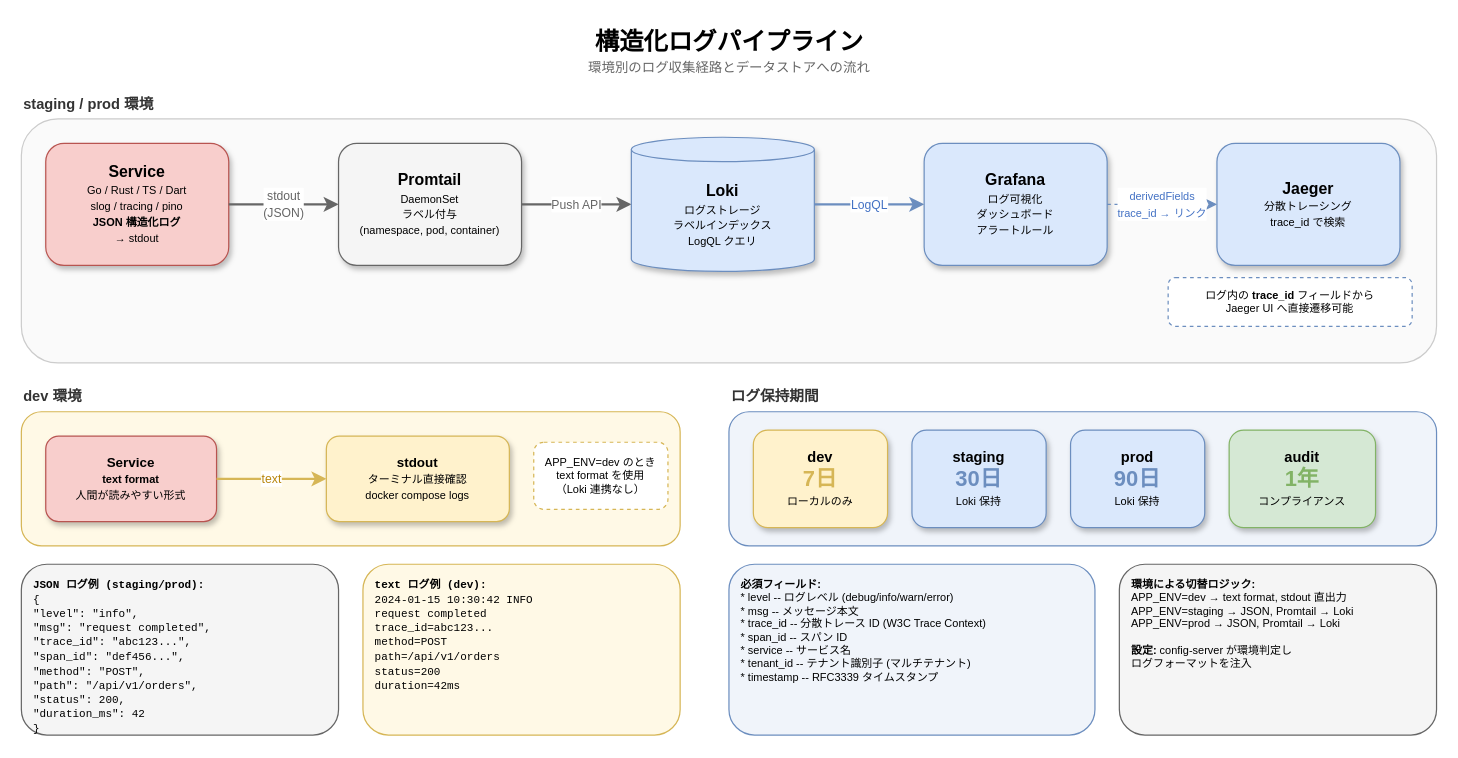
This is docs/architecture/observability/images/structured-logging-pipeline.drawio from RyuheiKiso/k1s0, a draw.io file, before an edit. Source tidied: cells renumbered, new cells numbered last; positions are measured from the earlier drawing's top-left corner, leaving out a move shared by most shapes. Both pictures are drawn from the tidied source at 122%, with x=0, y=0 at pixel (21, 21).
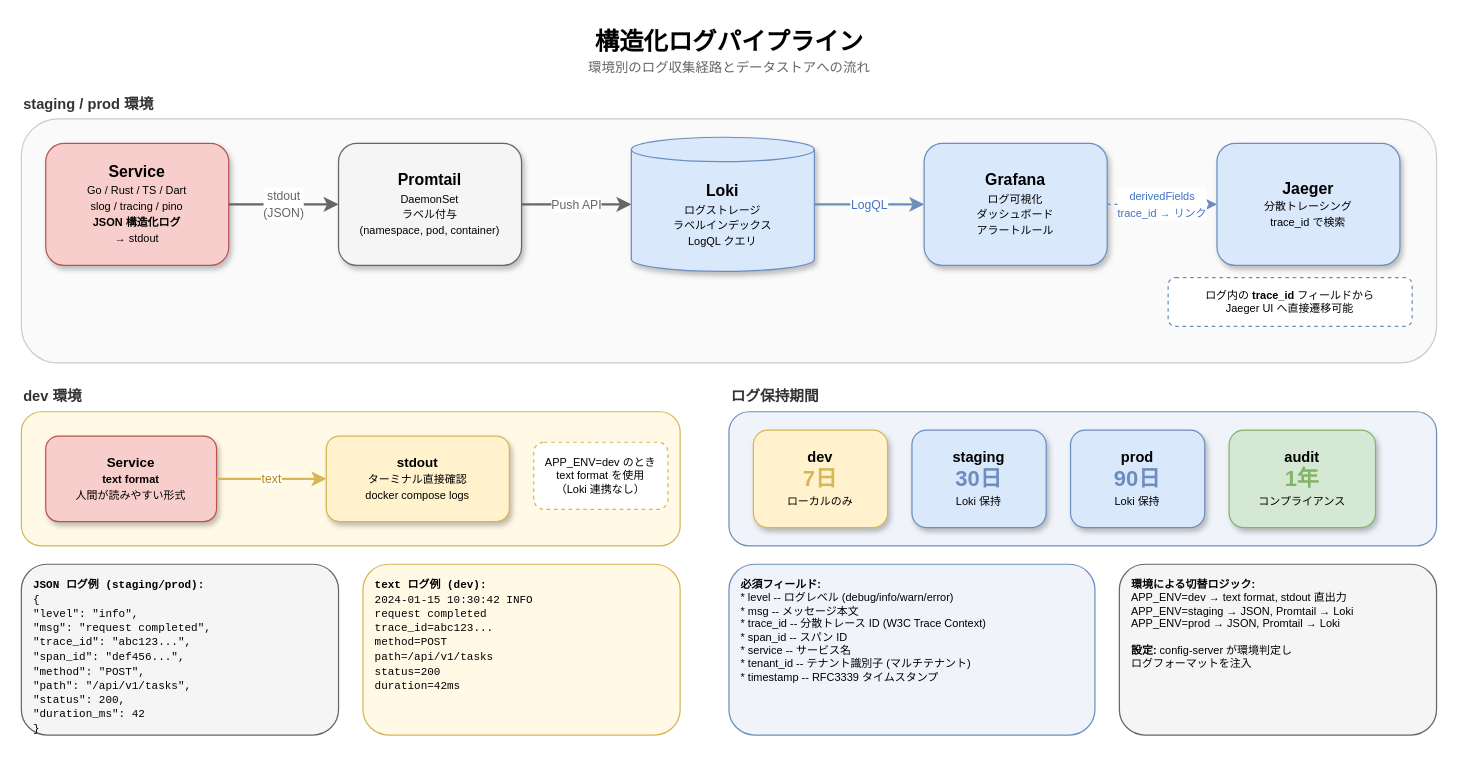
The same diagram, later.

The edit, as a diff of the source:
```diff
@@
-    <mxCell id="27" value="&lt;font style=&quot;font-size:9px;font-family:monospace&quot;&gt;&lt;b&gt;JSON ログ例 (staging/prod):&lt;/b&gt;&lt;br&gt;{&lt;br&gt;  &quot;level&quot;: &quot;info&quot;,&lt;br&gt;  &quot;msg&quot;: &quot;request completed&quot;,&lt;br&gt;  &quot;trace_id&quot;: &quot;abc123...&quot;,&lt;br&gt;  &quot;span_id&quot;: &quot;def456...&quot;,&lt;br&gt;  &quot;method&quot;: &quot;POST&quot;,&lt;br&gt;  &quot;path&quot;: &quot;/api/v1/orders&quot;,&lt;br&gt;  &quot;status&quot;: 200,&lt;br&gt;  &quot;duration_ms&quot;: 42&lt;br&gt;}&lt;/font&gt;" style="rounded=1;whiteSpace=wrap;html=1;fillColor=#F5F5F5;strokeColor=#666666;fontSize=9;verticalAlign=top;align=left;spacingLeft=8;spacingTop=5;" parent="1" vertex="1">
+    <mxCell id="27" value="&lt;font style=&quot;font-size:9px;font-family:monospace&quot;&gt;&lt;b&gt;JSON ログ例 (staging/prod):&lt;/b&gt;&lt;br&gt;{&lt;br&gt;  &quot;level&quot;: &quot;info&quot;,&lt;br&gt;  &quot;msg&quot;: &quot;request completed&quot;,&lt;br&gt;  &quot;trace_id&quot;: &quot;abc123...&quot;,&lt;br&gt;  &quot;span_id&quot;: &quot;def456...&quot;,&lt;br&gt;  &quot;method&quot;: &quot;POST&quot;,&lt;br&gt;  &quot;path&quot;: &quot;/api/v1/tasks&quot;,&lt;br&gt;  &quot;status&quot;: 200,&lt;br&gt;  &quot;duration_ms&quot;: 42&lt;br&gt;}&lt;/font&gt;" style="rounded=1;whiteSpace=wrap;html=1;fillColor=#F5F5F5;strokeColor=#666666;fontSize=9;verticalAlign=top;align=left;spacingLeft=8;spacingTop=5;" parent="1" vertex="1">
       <mxGeometry y="445" width="260" height="140" as="geometry" />
     </mxCell>
-    <mxCell id="28" value="&lt;font style=&quot;font-size:9px;font-family:monospace&quot;&gt;&lt;b&gt;text ログ例 (dev):&lt;/b&gt;&lt;br&gt;2024-01-15 10:30:42 INFO&lt;br&gt;  request completed&lt;br&gt;  trace_id=abc123...&lt;br&gt;  method=POST&lt;br&gt;  path=/api/v1/orders&lt;br&gt;  status=200&lt;br&gt;  duration=42ms&lt;/font&gt;" style="rounded=1;whiteSpace=wrap;html=1;fillColor=#FFF9E6;strokeColor=#D6B656;fontSize=9;verticalAlign=top;align=left;spacingLeft=8;spacingTop=5;" parent="1" vertex="1">
+    <mxCell id="28" value="&lt;font style=&quot;font-size:9px;font-family:monospace&quot;&gt;&lt;b&gt;text ログ例 (dev):&lt;/b&gt;&lt;br&gt;2024-01-15 10:30:42 INFO&lt;br&gt;  request completed&lt;br&gt;  trace_id=abc123...&lt;br&gt;  method=POST&lt;br&gt;  path=/api/v1/tasks&lt;br&gt;  status=200&lt;br&gt;  duration=42ms&lt;/font&gt;" style="rounded=1;whiteSpace=wrap;html=1;fillColor=#FFF9E6;strokeColor=#D6B656;fontSize=9;verticalAlign=top;align=left;spacingLeft=8;spacingTop=5;" parent="1" vertex="1">
       <mxGeometry x="280" y="445" width="260" height="140" as="geometry" />
     </mxCell>
```
